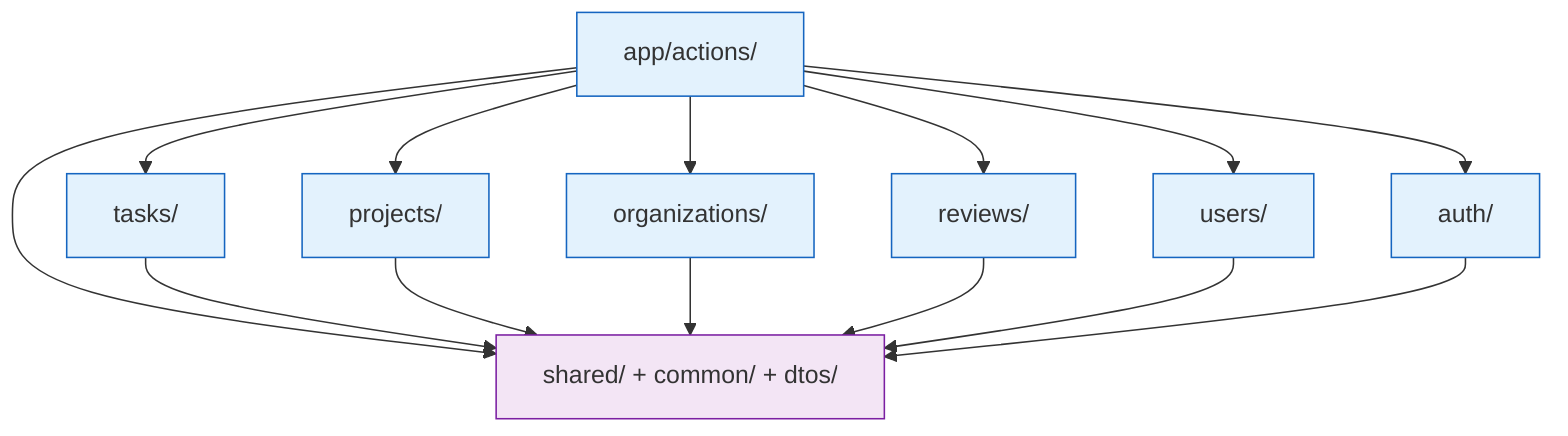
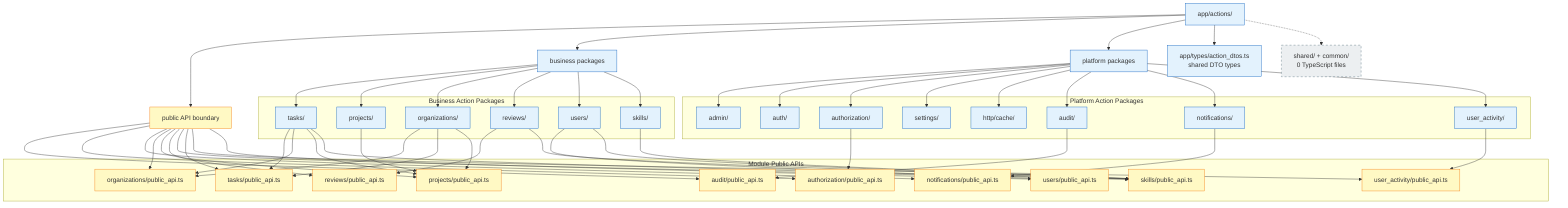
%% pkg_02_application_layer: CQRS Application Layer Overview
+ %% Updated 2026-04-29.
%% Detail files:
%%   - pkg_02a_application_task_project.mmd
%%   - pkg_02b_application_org_admin.mmd
%%   - pkg_02c_application_review_user.mmd
+ %%   - pkg_02d_application_platform_support.mmd

graph TD
    APP["app/actions/"]
-     TASKS["tasks/"]
-     PROJECTS["projects/"]
-     ORGS["organizations/"]
-     REVIEWS["reviews/"]
-     USERS["users/"]
-     AUTH["auth/"]
-     SHARED["shared/ + common/ + dtos/"]
+     DTO_TYPES["app/types/action_dtos.ts\nshared DTO types"]
+     EMPTY_SHARED["shared/ + common/\n0 TypeScript files"]
+     API_HUB["public API boundary"]
+     BUSINESS_HUB["business packages"]
+     PLATFORM_HUB["platform packages"]

-     APP --> TASKS
-     APP --> PROJECTS
-     APP --> ORGS
-     APP --> REVIEWS
-     APP --> USERS
-     APP --> AUTH
-     APP --> SHARED
+     subgraph public_apis["Module Public APIs"]
+         AUDIT_API["audit/public_api.ts"]
+         AUTHZ_API["authorization/public_api.ts"]
+         NOTIF_API["notifications/public_api.ts"]
+         ORG_API["organizations/public_api.ts"]
+         PROJECT_API["projects/public_api.ts"]
+         REVIEW_API["reviews/public_api.ts"]
+         SKILL_API["skills/public_api.ts"]
+         TASK_API["tasks/public_api.ts"]
+         ACTIVITY_API["user_activity/public_api.ts"]
+         USER_API["users/public_api.ts"]
+     end

-     TASKS --> SHARED
-     PROJECTS --> SHARED
-     ORGS --> SHARED
-     REVIEWS --> SHARED
-     USERS --> SHARED
-     AUTH --> SHARED
+     subgraph business["Business Action Packages"]
+         TASKS["tasks/"]
+         PROJECTS["projects/"]
+         ORGS["organizations/"]
+         REVIEWS["reviews/"]
+         USERS["users/"]
+         SKILLS["skills/"]
+     end
+ 
+     subgraph platform["Platform Action Packages"]
+         ADMIN["admin/"]
+         AUTH["auth/"]
+         AUTHZ["authorization/"]
+         SETTINGS["settings/"]
+         HTTP["http/cache/"]
+         AUDIT["audit/"]
+         NOTIFS["notifications/"]
+         ACTIVITY["user_activity/"]
+     end
+ 
+     APP --> API_HUB
+     APP --> BUSINESS_HUB
+     APP --> PLATFORM_HUB
+     APP --> DTO_TYPES
+     APP -.-> EMPTY_SHARED
+ 
+     API_HUB --> AUDIT_API
+     API_HUB --> AUTHZ_API
+     API_HUB --> NOTIF_API
+     API_HUB --> ORG_API
+     API_HUB --> PROJECT_API
+     API_HUB --> REVIEW_API
+     API_HUB --> SKILL_API
+     API_HUB --> TASK_API
+     API_HUB --> ACTIVITY_API
+     API_HUB --> USER_API
+ 
+     BUSINESS_HUB --> TASKS
+     BUSINESS_HUB --> PROJECTS
+     BUSINESS_HUB --> ORGS
+     BUSINESS_HUB --> REVIEWS
+     BUSINESS_HUB --> USERS
+     BUSINESS_HUB --> SKILLS
+ 
+     PLATFORM_HUB --> ADMIN
+     PLATFORM_HUB --> AUTH
+     PLATFORM_HUB --> AUTHZ
+     PLATFORM_HUB --> SETTINGS
+     PLATFORM_HUB --> HTTP
+     PLATFORM_HUB --> AUDIT
+     PLATFORM_HUB --> NOTIFS
+     PLATFORM_HUB --> ACTIVITY
+ 
+     TASKS --> TASK_API
+     PROJECTS --> PROJECT_API
+     ORGS --> ORG_API
+     REVIEWS --> REVIEW_API
+     USERS --> USER_API
+     SKILLS --> SKILL_API
+     AUDIT --> AUDIT_API
+     NOTIFS --> NOTIF_API
+     ACTIVITY --> ACTIVITY_API
+     AUTHZ --> AUTHZ_API
+ 
+     TASKS --> ORG_API
+     TASKS --> PROJECT_API
+     TASKS --> SKILL_API
+     REVIEWS --> SKILL_API
+     USERS --> SKILL_API
+     ORGS --> TASK_API
+     ORGS --> PROJECT_API

    classDef pkg fill:#E3F2FD,stroke:#1565C0,color:#333
-     classDef shared fill:#F3E5F5,stroke:#7B1FA2,color:#333
-     class APP,TASKS,PROJECTS,ORGS,REVIEWS,USERS,AUTH pkg
-     class SHARED shared
+     classDef api fill:#FFF9C4,stroke:#F57F17,color:#333
+     classDef drained fill:#ECEFF1,stroke:#546E7A,color:#333,stroke-dasharray: 5 5
+     class APP,TASKS,PROJECTS,ORGS,REVIEWS,USERS,SKILLS,ADMIN,AUTH,AUTHZ,SETTINGS,HTTP,AUDIT,NOTIFS,ACTIVITY,DTO_TYPES,BUSINESS_HUB,PLATFORM_HUB pkg
+     class API_HUB,AUDIT_API,AUTHZ_API,NOTIF_API,ORG_API,PROJECT_API,REVIEW_API,SKILL_API,TASK_API,ACTIVITY_API,USER_API api
+     class EMPTY_SHARED drained
